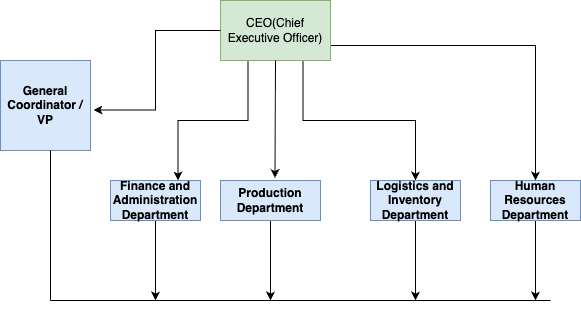
Before: diagrama IIE functional LAYOUT.drawio.png, a diagram exported from draw.io (nicolasvargaszz/Programming-UPTP-first-semester). Source tidied: cells renumbered, new cells last; positions are measured from the earlier drawing's top-left corner, leaving out a move shared by most shapes. Source of this version:
```xml
<mxGraphModel>
  <root>
    <mxCell id="0" />
    <mxCell id="1" parent="0" />
    <mxCell id="2" style="edgeStyle=orthogonalEdgeStyle;rounded=0;jettySize=auto;html=1;exitX=0.75;exitY=1;exitDx=0;exitDy=0;entryX=0.5;entryY=0;entryDx=0;entryDy=0;" parent="1" edge="1" source="5" target="9">
      <mxGeometry relative="1" as="geometry" />
    </mxCell>
    <mxCell id="3" style="edgeStyle=orthogonalEdgeStyle;rounded=0;jettySize=auto;html=1;exitX=0.25;exitY=1;exitDx=0;exitDy=0;entryX=0.75;entryY=0;entryDx=0;entryDy=0;" parent="1" edge="1" source="5" target="13">
      <mxGeometry relative="1" as="geometry" />
    </mxCell>
    <mxCell id="4" style="edgeStyle=orthogonalEdgeStyle;rounded=0;jettySize=auto;html=1;exitX=1;exitY=0.75;exitDx=0;exitDy=0;entryX=0.5;entryY=0;entryDx=0;entryDy=0;" parent="1" edge="1" source="5" target="15">
      <mxGeometry relative="1" as="geometry" />
    </mxCell>
    <mxCell id="5" value="CEO(Chief Executive Officer)" style="rounded=0;whiteSpace=wrap;html=1;fillColor=#d5e8d4;strokeColor=#82b366;" parent="1" vertex="1">
      <mxGeometry x="220" width="110" height="60" as="geometry" />
    </mxCell>
    <mxCell id="6" style="edgeStyle=orthogonalEdgeStyle;rounded=0;jettySize=auto;html=1;exitX=0.5;exitY=1;exitDx=0;exitDy=0;" parent="1" edge="1" source="7">
      <mxGeometry relative="1" as="geometry">
        <mxPoint x="270" y="300" as="targetPoint" />
      </mxGeometry>
    </mxCell>
    <mxCell id="7" value="Production Department" style="rounded=0;whiteSpace=wrap;html=1;fontStyle=1;fillColor=#dae8fc;strokeColor=#6c8ebf;" parent="1" vertex="1">
      <mxGeometry x="220" y="180" width="100" height="40" as="geometry" />
    </mxCell>
    <mxCell id="8" style="edgeStyle=orthogonalEdgeStyle;rounded=0;jettySize=auto;html=1;exitX=0.5;exitY=1;exitDx=0;exitDy=0;" parent="1" edge="1" source="9">
      <mxGeometry relative="1" as="geometry">
        <mxPoint x="415" y="300" as="targetPoint" />
      </mxGeometry>
    </mxCell>
    <mxCell id="9" value="&lt;b&gt;Logistics and Inventory Department&lt;/b&gt;" style="rounded=0;whiteSpace=wrap;html=1;fillColor=#dae8fc;strokeColor=#6c8ebf;" parent="1" vertex="1">
      <mxGeometry x="370" y="180" width="90" height="40" as="geometry" />
    </mxCell>
    <mxCell id="10" value="&lt;b&gt;General Coordinator / VP&lt;/b&gt;" style="rounded=0;whiteSpace=wrap;html=1;fillColor=#dae8fc;strokeColor=#6c8ebf;" parent="1" vertex="1">
      <mxGeometry y="60" width="90" height="90" as="geometry" />
    </mxCell>
    <mxCell id="11" style="endArrow=classic;html=1;rounded=0;exitX=0.5;exitY=1;exitDx=0;exitDy=0;entryX=0.545;entryY=-0.062;entryDx=0;entryDy=0;entryPerimeter=0;" parent="1" edge="1" source="5" target="7">
      <mxGeometry relative="1" as="geometry" />
    </mxCell>
    <mxCell id="12" style="edgeStyle=orthogonalEdgeStyle;rounded=0;jettySize=auto;html=1;exitX=0.5;exitY=1;exitDx=0;exitDy=0;" parent="1" edge="1" source="13">
      <mxGeometry relative="1" as="geometry">
        <mxPoint x="155" y="300" as="targetPoint" />
      </mxGeometry>
    </mxCell>
    <mxCell id="13" value="&lt;b&gt;Finance and Administration Department&lt;/b&gt;" style="rounded=0;whiteSpace=wrap;html=1;fillColor=#dae8fc;strokeColor=#6c8ebf;" parent="1" vertex="1">
      <mxGeometry x="110" y="180" width="90" height="40" as="geometry" />
    </mxCell>
    <mxCell id="14" style="edgeStyle=orthogonalEdgeStyle;rounded=0;jettySize=auto;html=1;exitX=0.5;exitY=1;exitDx=0;exitDy=0;" parent="1" edge="1" source="15">
      <mxGeometry relative="1" as="geometry">
        <mxPoint x="535" y="300" as="targetPoint" />
      </mxGeometry>
    </mxCell>
    <mxCell id="15" value="&lt;b&gt;Human Resources Department&lt;/b&gt;" style="rounded=0;whiteSpace=wrap;html=1;fillColor=#dae8fc;strokeColor=#6c8ebf;" parent="1" vertex="1">
      <mxGeometry x="490" y="180" width="90" height="40" as="geometry" />
    </mxCell>
    <mxCell id="16" style="edgeStyle=orthogonalEdgeStyle;rounded=0;jettySize=auto;html=1;exitX=0;exitY=0.5;exitDx=0;exitDy=0;entryX=1.033;entryY=0.55;entryDx=0;entryDy=0;entryPerimeter=0;" parent="1" edge="1" source="5" target="10">
      <mxGeometry relative="1" as="geometry" />
    </mxCell>
    <mxCell id="17" style="endArrow=none;html=1;rounded=0;" parent="1" edge="1">
      <mxGeometry relative="1" as="geometry">
        <mxPoint x="50" y="300" as="sourcePoint" />
        <mxPoint x="50" y="150" as="targetPoint" />
      </mxGeometry>
    </mxCell>
    <mxCell id="18" style="endArrow=none;html=1;rounded=0;" parent="1" edge="1">
      <mxGeometry relative="1" as="geometry">
        <mxPoint x="50" y="300" as="sourcePoint" />
        <mxPoint x="550" y="300" as="targetPoint" />
      </mxGeometry>
    </mxCell>
  </root>
</mxGraphModel>
```
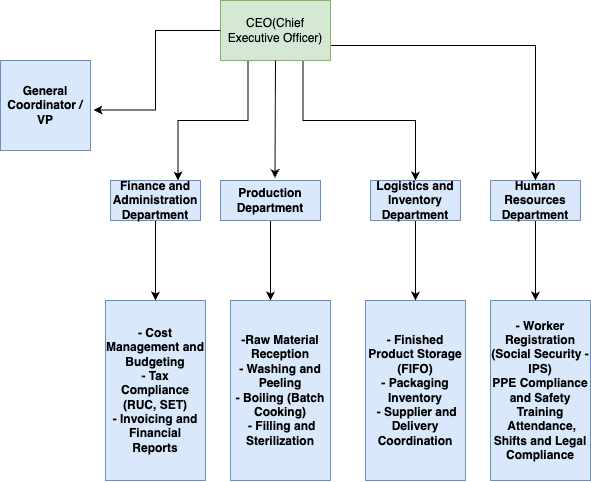
After the commit.

What changed in the source:
```diff
@@ -55,17 +55,17 @@
     <mxCell id="16" style="edgeStyle=orthogonalEdgeStyle;rounded=0;jettySize=auto;html=1;exitX=0;exitY=0.5;exitDx=0;exitDy=0;entryX=1.033;entryY=0.55;entryDx=0;entryDy=0;entryPerimeter=0;" parent="1" edge="1" source="5" target="10">
       <mxGeometry relative="1" as="geometry" />
     </mxCell>
-    <mxCell id="17" style="endArrow=none;html=1;rounded=0;" parent="1" edge="1">
-      <mxGeometry relative="1" as="geometry">
-        <mxPoint x="50" y="300" as="sourcePoint" />
-        <mxPoint x="50" y="150" as="targetPoint" />
-      </mxGeometry>
-    </mxCell>
-    <mxCell id="18" style="endArrow=none;html=1;rounded=0;" parent="1" edge="1">
-      <mxGeometry relative="1" as="geometry">
-        <mxPoint x="50" y="300" as="sourcePoint" />
-        <mxPoint x="550" y="300" as="targetPoint" />
-      </mxGeometry>
-    </mxCell>
+    <mxCell id="19" value="&lt;div&gt;&lt;b&gt;- Cost Management and Budgeting&lt;/b&gt;&lt;/div&gt;&lt;div&gt;&lt;b&gt;- Tax Compliance (RUC, SET)&lt;/b&gt;&lt;/div&gt;&lt;div&gt;&lt;b&gt;- Invoicing and Financial Reports&lt;/b&gt;&lt;/div&gt;" style="rounded=0;whiteSpace=wrap;html=1;fillColor=#dae8fc;strokeColor=#6c8ebf;" parent="1" vertex="1">
+      <mxGeometry x="105" y="300" width="100" height="180" as="geometry" />
+    </mxCell>
+    <mxCell id="20" value="&lt;div&gt;&lt;b&gt;-Raw Material Reception&lt;/b&gt;&lt;/div&gt;&lt;div&gt;&lt;b&gt;- Washing and Peeling&lt;/b&gt;&lt;/div&gt;&lt;div&gt;&lt;b&gt;- Boiling (Batch Cooking)&lt;/b&gt;&lt;/div&gt;&lt;div&gt;&lt;b&gt;&amp;nbsp;- Filling and Sterilization&lt;/b&gt;&lt;/div&gt;" style="rounded=0;whiteSpace=wrap;html=1;fillColor=#dae8fc;strokeColor=#6c8ebf;" parent="1" vertex="1">
+      <mxGeometry x="230" y="300" width="100" height="180" as="geometry" />
+    </mxCell>
+    <mxCell id="21" value="&lt;div&gt;&lt;b&gt;- Finished Product Storage (FIFO)&lt;/b&gt;&lt;/div&gt;&lt;div&gt;&lt;b&gt;- Packaging Inventory&lt;/b&gt;&lt;/div&gt;&lt;div&gt;&lt;b&gt;&amp;nbsp;- Supplier and Delivery Coordination&lt;/b&gt;&lt;/div&gt;" style="rounded=0;whiteSpace=wrap;html=1;fillColor=#dae8fc;strokeColor=#6c8ebf;" parent="1" vertex="1">
+      <mxGeometry x="365" y="300" width="100" height="180" as="geometry" />
+    </mxCell>
+    <mxCell id="22" value="&lt;div&gt;&lt;b&gt;- Worker Registration (Social Security - IPS)&lt;/b&gt;&lt;/div&gt;&lt;div&gt;&lt;b&gt;PPE Compliance and Safety Training&lt;/b&gt;&lt;/div&gt;&lt;div&gt;&lt;b&gt;&amp;nbsp;Attendance, Shifts and Legal Compliance&lt;/b&gt;&lt;/div&gt;" style="rounded=0;whiteSpace=wrap;html=1;fillColor=#dae8fc;strokeColor=#6c8ebf;" parent="1" vertex="1">
+      <mxGeometry x="490" y="300" width="100" height="180" as="geometry" />
+    </mxCell>
   </root>
 </mxGraphModel>
```
